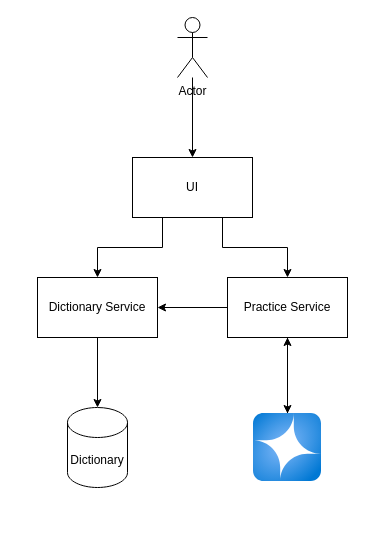
havryliuk/daily-dragon keeps this draw.io diagram as diagrams/high_level.drawio. Above is the earlier version. Source tidied: cells renumbered, new cells numbered last; positions are measured from the earlier drawing's top-left corner, leaving out a move shared by most shapes. Both pictures are drawn from the tidied source at 100%, with x=0, y=0 at pixel (37, 17).
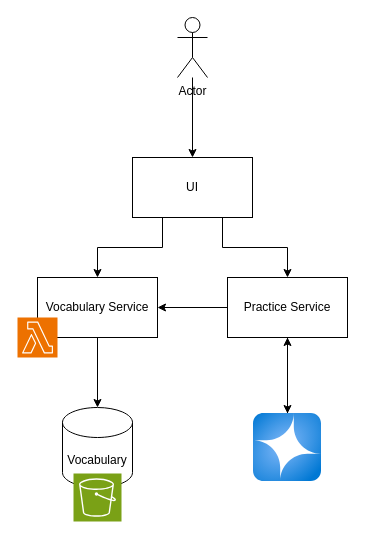
The same page after the edit.

Diff of the diagram source:
```diff
@@
 <mxGraphModel>
   <root>
     <mxCell id="0" />
     <mxCell id="1" parent="0" />
     <mxCell id="2" style="edgeStyle=orthogonalEdgeStyle;rounded=0;jettySize=auto;html=1;" parent="1" edge="1" source="3" target="6">
       <mxGeometry relative="1" as="geometry" />
     </mxCell>
     <mxCell id="3" value="Actor" style="shape=umlActor;verticalLabelPosition=bottom;verticalAlign=top;html=1;outlineConnect=0;" parent="1" vertex="1">
       <mxGeometry x="140" width="30" height="60" as="geometry" />
     </mxCell>
     <mxCell id="4" style="edgeStyle=orthogonalEdgeStyle;rounded=0;jettySize=auto;html=1;exitX=0.25;exitY=1;exitDx=0;exitDy=0;" parent="1" edge="1" source="6" target="9">
       <mxGeometry relative="1" as="geometry" />
     </mxCell>
     <mxCell id="5" style="edgeStyle=orthogonalEdgeStyle;rounded=0;jettySize=auto;html=1;exitX=0.75;exitY=1;exitDx=0;exitDy=0;" parent="1" edge="1" source="6" target="12">
       <mxGeometry relative="1" as="geometry" />
     </mxCell>
     <mxCell id="6" value="UI" style="rounded=0;whiteSpace=wrap;html=1;" parent="1" vertex="1">
       <mxGeometry x="95" y="140" width="120" height="60" as="geometry" />
     </mxCell>
-    <mxCell id="7" value="Dictionary" style="shape=cylinder3;whiteSpace=wrap;html=1;boundedLbl=1;backgroundOutline=1;size=15;" parent="1" vertex="1">
-      <mxGeometry x="30" y="390" width="60" height="80" as="geometry" />
+    <mxCell id="7" value="Vocabulary" style="shape=cylinder3;whiteSpace=wrap;html=1;boundedLbl=1;backgroundOutline=1;size=15;" parent="1" vertex="1">
+      <mxGeometry x="25" y="390" width="70" height="80" as="geometry" />
     </mxCell>
     <mxCell id="8" style="edgeStyle=orthogonalEdgeStyle;rounded=0;jettySize=auto;html=1;" parent="1" edge="1" source="9" target="7">
       <mxGeometry relative="1" as="geometry" />
     </mxCell>
-    <mxCell id="9" value="Dictionary Service" style="rounded=0;whiteSpace=wrap;html=1;" parent="1" vertex="1">
+    <mxCell id="9" value="Vocabulary Service" style="rounded=0;whiteSpace=wrap;html=1;" parent="1" vertex="1">
       <mxGeometry y="260" width="120" height="60" as="geometry" />
     </mxCell>
     <mxCell id="10" style="edgeStyle=orthogonalEdgeStyle;rounded=0;jettySize=auto;html=1;" parent="1" edge="1" source="12" target="14">
       <mxGeometry relative="1" as="geometry" />
     </mxCell>
     <mxCell id="11" style="edgeStyle=orthogonalEdgeStyle;rounded=0;jettySize=auto;html=1;" parent="1" edge="1" source="12" target="9">
       <mxGeometry relative="1" as="geometry" />
     </mxCell>
     <mxCell id="12" value="Practice Service" style="rounded=0;whiteSpace=wrap;html=1;" parent="1" vertex="1">
       <mxGeometry x="190" y="260" width="120" height="60" as="geometry" />
     </mxCell>
     <mxCell id="13" style="edgeStyle=orthogonalEdgeStyle;rounded=0;jettySize=auto;html=1;" parent="1" edge="1" source="14" target="12">
       <mxGeometry relative="1" as="geometry" />
     </mxCell>
     <mxCell id="14" style="image;html=1;points=[];align=center;fontSize=12;image=img/lib/azure2/ai_machine_learning/Azure_OpenAI.svg;" parent="1" vertex="1">
       <mxGeometry x="216" y="396" width="68" height="68" as="geometry" />
     </mxCell>
+    <mxCell id="15" style="sketch=0;fontColor=#232F3E;fillColor=#ED7100;strokeColor=#ffffff;dashed=0;verticalLabelPosition=bottom;verticalAlign=top;align=center;html=1;fontSize=12;fontStyle=0;shape=mxgraph.aws4.resourceIcon;resIcon=mxgraph.aws4.lambda;" parent="1" vertex="1">
+      <mxGeometry x="-20" y="300" width="40" height="40" as="geometry" />
+    </mxCell>
+    <mxCell id="16" style="sketch=0;fontColor=#232F3E;fillColor=#7AA116;strokeColor=#ffffff;dashed=0;verticalLabelPosition=bottom;verticalAlign=top;align=center;html=1;fontSize=12;fontStyle=0;shape=mxgraph.aws4.resourceIcon;resIcon=mxgraph.aws4.s3;" parent="1" vertex="1">
+      <mxGeometry x="36" y="456" width="48" height="48" as="geometry" />
+    </mxCell>
   </root>
 </mxGraphModel>
```
